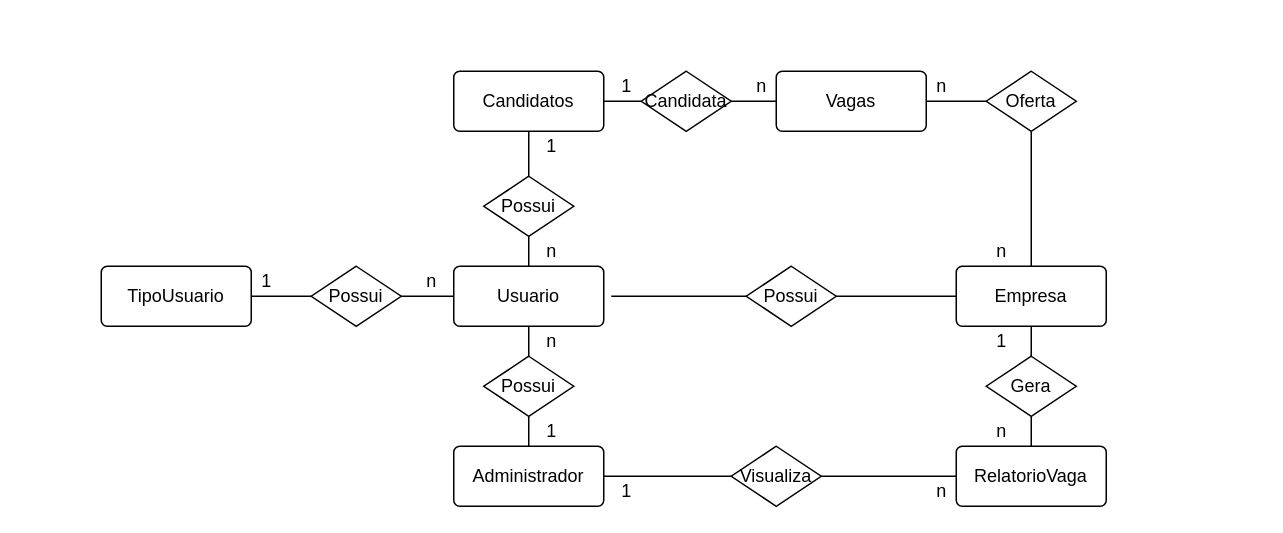
This is page "Page-1" (1 of 2) of ModelosEntidadeRelacionamento/ModeloEntidade.drawio from renansalvino/GoVagas, a draw.io file, before an edit. Source tidied: cells renumbered, new cells numbered last; positions are measured from the earlier drawing's top-left corner, leaving out a move shared by most shapes. Both pictures are drawn from the tidied source at 150%, with x=0, y=0 at pixel (100, 70).
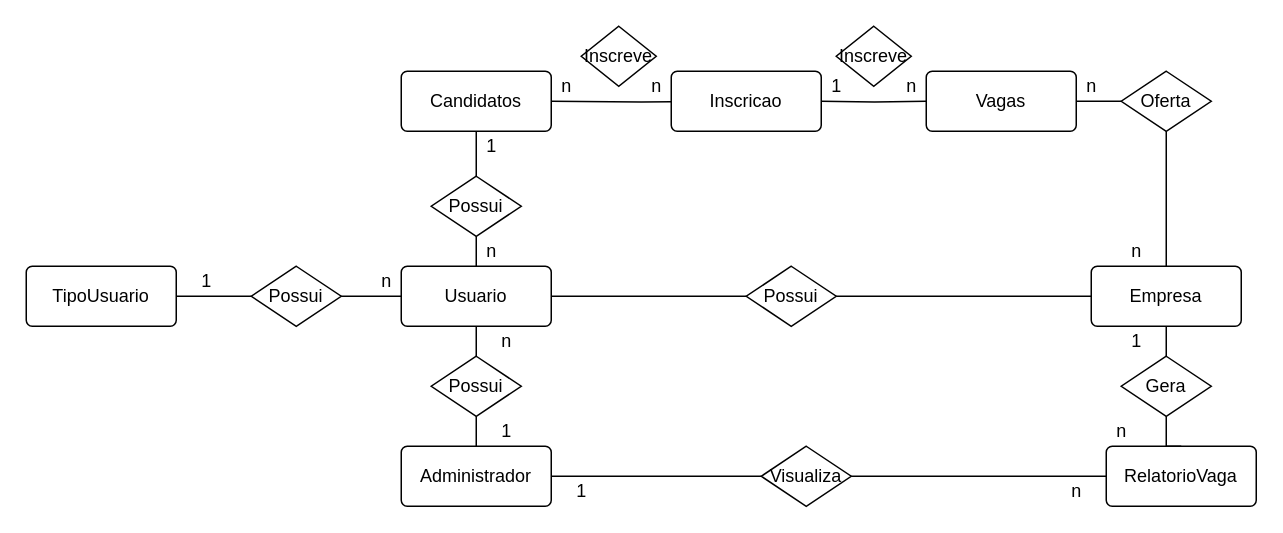
After the change.

Unchanged cells that the change refers to:
```xml
<mxCell id="7" value="Possui" style="shape=rhombus;perimeter=rhombusPerimeter;whiteSpace=wrap;html=1;align=center;" parent="1" vertex="1">
  <mxGeometry x="430" y="130" width="60" height="40" as="geometry" />
</mxCell>
```

Change to the diagram source:
```diff
@@
     <mxCell id="2" value="Usuario" style="rounded=1;arcSize=10;whiteSpace=wrap;html=1;align=center;" parent="1" vertex="1">
-      <mxGeometry x="235" y="130" width="100" height="40" as="geometry" />
+      <mxGeometry x="200" y="130" width="100" height="40" as="geometry" />
     </mxCell>
     <mxCell id="3" value="Candidatos" style="rounded=1;arcSize=10;whiteSpace=wrap;html=1;align=center;" parent="1" vertex="1">
-      <mxGeometry x="235" width="100" height="40" as="geometry" />
+      <mxGeometry x="200" width="100" height="40" as="geometry" />
     </mxCell>
@@
     <mxCell id="5" value="Empresa" style="rounded=1;arcSize=10;whiteSpace=wrap;html=1;align=center;" parent="1" vertex="1">
-      <mxGeometry x="570" y="130" width="100" height="40" as="geometry" />
+      <mxGeometry x="660" y="130" width="100" height="40" as="geometry" />
     </mxCell>
-    <mxCell id="6" style="edgeStyle=orthogonalEdgeStyle;rounded=0;jettySize=auto;html=1;endArrow=none;endFill=0;" parent="1" edge="1" source="7">
-      <mxGeometry relative="1" as="geometry">
-        <mxPoint x="340" y="150" as="targetPoint" />
-      </mxGeometry>
+    <mxCell id="6" style="edgeStyle=orthogonalEdgeStyle;rounded=0;jettySize=auto;html=1;endArrow=none;endFill=0;entryX=1;entryY=0.5;entryDx=0;entryDy=0;" parent="1" edge="1" source="7" target="2">
+      <mxGeometry relative="1" as="geometry" />
     </mxCell>
@@
     <mxCell id="8" value="TipoUsuario" style="rounded=1;arcSize=10;whiteSpace=wrap;html=1;align=center;" parent="1" vertex="1">
-      <mxGeometry y="130" width="100" height="40" as="geometry" />
+      <mxGeometry x="-50" y="130" width="100" height="40" as="geometry" />
     </mxCell>
@@
     <mxCell id="11" value="Possui" style="shape=rhombus;perimeter=rhombusPerimeter;whiteSpace=wrap;html=1;align=center;" parent="1" vertex="1">
-      <mxGeometry x="140" y="130" width="60" height="40" as="geometry" />
+      <mxGeometry x="100" y="130" width="60" height="40" as="geometry" />
     </mxCell>
@@
     <mxCell id="14" value="Oferta" style="shape=rhombus;perimeter=rhombusPerimeter;whiteSpace=wrap;html=1;align=center;" parent="1" vertex="1">
-      <mxGeometry x="590" width="60" height="40" as="geometry" />
+      <mxGeometry x="680" width="60" height="40" as="geometry" />
     </mxCell>
     <mxCell id="15" value="Vagas" style="rounded=1;arcSize=10;whiteSpace=wrap;html=1;align=center;" parent="1" vertex="1">
-      <mxGeometry x="450" width="100" height="40" as="geometry" />
+      <mxGeometry x="550" width="100" height="40" as="geometry" />
     </mxCell>
@@
     <mxCell id="18" value="Possui" style="shape=rhombus;perimeter=rhombusPerimeter;whiteSpace=wrap;html=1;align=center;" parent="1" vertex="1">
-      <mxGeometry x="255" y="70" width="60" height="40" as="geometry" />
+      <mxGeometry x="220" y="70" width="60" height="40" as="geometry" />
     </mxCell>
-    <mxCell id="19" style="edgeStyle=orthogonalEdgeStyle;rounded=0;jettySize=auto;html=1;entryX=1;entryY=0.5;entryDx=0;entryDy=0;endArrow=none;endFill=0;" parent="1" edge="1" source="21" target="3">
-      <mxGeometry relative="1" as="geometry" />
+    <mxCell id="19" style="edgeStyle=orthogonalEdgeStyle;rounded=0;jettySize=auto;html=1;entryX=1;entryY=0.5;entryDx=0;entryDy=0;endArrow=none;endFill=0;" parent="1" edge="1" target="3">
+      <mxGeometry relative="1" as="geometry">
+        <mxPoint x="420" y="20" as="sourcePoint" />
+      </mxGeometry>
     </mxCell>
-    <mxCell id="20" style="edgeStyle=orthogonalEdgeStyle;rounded=0;jettySize=auto;html=1;entryX=0;entryY=0.5;entryDx=0;entryDy=0;endArrow=none;endFill=0;" parent="1" edge="1" source="21" target="15">
-      <mxGeometry relative="1" as="geometry" />
+    <mxCell id="20" style="edgeStyle=orthogonalEdgeStyle;rounded=0;jettySize=auto;html=1;entryX=0;entryY=0.5;entryDx=0;entryDy=0;endArrow=none;endFill=0;" parent="1" edge="1" target="15">
+      <mxGeometry relative="1" as="geometry">
+        <mxPoint x="480" y="20" as="sourcePoint" />
+      </mxGeometry>
     </mxCell>
-    <mxCell id="21" value="Candidata" style="shape=rhombus;perimeter=rhombusPerimeter;whiteSpace=wrap;html=1;align=center;" parent="1" vertex="1">
-      <mxGeometry x="360" width="60" height="40" as="geometry" />
-    </mxCell>
     <mxCell id="22" value="Administrador" style="rounded=1;arcSize=10;whiteSpace=wrap;html=1;align=center;" parent="1" vertex="1">
-      <mxGeometry x="235" y="250" width="100" height="40" as="geometry" />
+      <mxGeometry x="200" y="250" width="100" height="40" as="geometry" />
     </mxCell>
@@
     <mxCell id="25" value="Possui" style="shape=rhombus;perimeter=rhombusPerimeter;whiteSpace=wrap;html=1;align=center;" parent="1" vertex="1">
-      <mxGeometry x="255" y="190" width="60" height="40" as="geometry" />
+      <mxGeometry x="220" y="190" width="60" height="40" as="geometry" />
     </mxCell>
     <mxCell id="26" value="RelatorioVaga" style="rounded=1;arcSize=10;whiteSpace=wrap;html=1;align=center;" parent="1" vertex="1">
-      <mxGeometry x="570" y="250" width="100" height="40" as="geometry" />
+      <mxGeometry x="670" y="250" width="100" height="40" as="geometry" />
     </mxCell>
@@
     <mxCell id="29" value="Gera" style="shape=rhombus;perimeter=rhombusPerimeter;whiteSpace=wrap;html=1;align=center;" parent="1" vertex="1">
-      <mxGeometry x="590" y="190" width="60" height="40" as="geometry" />
+      <mxGeometry x="680" y="190" width="60" height="40" as="geometry" />
     </mxCell>
@@
     <mxCell id="32" value="Visualiza" style="shape=rhombus;perimeter=rhombusPerimeter;whiteSpace=wrap;html=1;align=center;" parent="1" vertex="1">
-      <mxGeometry x="420" y="250" width="60" height="40" as="geometry" />
+      <mxGeometry x="440" y="250" width="60" height="40" as="geometry" />
     </mxCell>
     <mxCell id="33" value="1" style="text;html=1;align=center;verticalAlign=middle;" parent="1" vertex="1">
-      <mxGeometry x="100" y="130" width="20" height="20" as="geometry" />
+      <mxGeometry x="60" y="130" width="20" height="20" as="geometry" />
     </mxCell>
     <mxCell id="34" value="n" style="text;html=1;align=center;verticalAlign=middle;" parent="1" vertex="1">
-      <mxGeometry x="210" y="130" width="20" height="20" as="geometry" />
+      <mxGeometry x="180" y="130" width="20" height="20" as="geometry" />
     </mxCell>
     <mxCell id="35" value="n" style="text;html=1;align=center;verticalAlign=middle;" parent="1" vertex="1">
-      <mxGeometry x="290" y="110" width="20" height="20" as="geometry" />
+      <mxGeometry x="250" y="110" width="20" height="20" as="geometry" />
     </mxCell>
     <mxCell id="36" value="1" style="text;html=1;align=center;verticalAlign=middle;" parent="1" vertex="1">
-      <mxGeometry x="290" y="40" width="20" height="20" as="geometry" />
+      <mxGeometry x="250" y="40" width="20" height="20" as="geometry" />
     </mxCell>
-    <mxCell id="37" value="1" style="text;html=1;align=center;verticalAlign=middle;" parent="1" vertex="1">
-      <mxGeometry x="340" width="20" height="20" as="geometry" />
+    <mxCell id="37" value="n" style="text;html=1;align=center;verticalAlign=middle;" parent="1" vertex="1">
+      <mxGeometry x="300" width="20" height="20" as="geometry" />
     </mxCell>
     <mxCell id="38" value="n" style="text;html=1;align=center;verticalAlign=middle;" parent="1" vertex="1">
-      <mxGeometry x="430" width="20" height="20" as="geometry" />
+      <mxGeometry x="530" width="20" height="20" as="geometry" />
     </mxCell>
     <mxCell id="39" value="n" style="text;html=1;align=center;verticalAlign=middle;" parent="1" vertex="1">
-      <mxGeometry x="550" width="20" height="20" as="geometry" />
+      <mxGeometry x="650" width="20" height="20" as="geometry" />
     </mxCell>
     <mxCell id="40" value="n" style="text;html=1;align=center;verticalAlign=middle;" parent="1" vertex="1">
-      <mxGeometry x="590" y="110" width="20" height="20" as="geometry" />
+      <mxGeometry x="680" y="110" width="20" height="20" as="geometry" />
     </mxCell>
     <mxCell id="41" value="n" style="text;html=1;align=center;verticalAlign=middle;" parent="1" vertex="1">
-      <mxGeometry x="290" y="170" width="20" height="20" as="geometry" />
+      <mxGeometry x="260" y="170" width="20" height="20" as="geometry" />
     </mxCell>
     <mxCell id="42" value="1" style="text;html=1;align=center;verticalAlign=middle;" parent="1" vertex="1">
-      <mxGeometry x="290" y="230" width="20" height="20" as="geometry" />
+      <mxGeometry x="260" y="230" width="20" height="20" as="geometry" />
     </mxCell>
     <mxCell id="43" value="1" style="text;html=1;align=center;verticalAlign=middle;" parent="1" vertex="1">
-      <mxGeometry x="340" y="270" width="20" height="20" as="geometry" />
+      <mxGeometry x="310" y="270" width="20" height="20" as="geometry" />
     </mxCell>
     <mxCell id="44" value="n" style="text;html=1;align=center;verticalAlign=middle;" parent="1" vertex="1">
-      <mxGeometry x="550" y="270" width="20" height="20" as="geometry" />
+      <mxGeometry x="640" y="270" width="20" height="20" as="geometry" />
     </mxCell>
     <mxCell id="45" value="1" style="text;html=1;align=center;verticalAlign=middle;" parent="1" vertex="1">
-      <mxGeometry x="590" y="170" width="20" height="20" as="geometry" />
+      <mxGeometry x="680" y="170" width="20" height="20" as="geometry" />
     </mxCell>
     <mxCell id="46" value="n" style="text;html=1;align=center;verticalAlign=middle;" parent="1" vertex="1">
-      <mxGeometry x="590" y="230" width="20" height="20" as="geometry" />
+      <mxGeometry x="670" y="230" width="20" height="20" as="geometry" />
     </mxCell>
+    <mxCell id="47" value="Inscricao" style="rounded=1;arcSize=10;whiteSpace=wrap;html=1;align=center;" parent="1" vertex="1">
+      <mxGeometry x="380" width="100" height="40" as="geometry" />
+    </mxCell>
+    <mxCell id="48" value="Inscreve" style="shape=rhombus;perimeter=rhombusPerimeter;whiteSpace=wrap;html=1;align=center;" parent="1" vertex="1">
+      <mxGeometry x="320" y="-30" width="50" height="40" as="geometry" />
+    </mxCell>
+    <mxCell id="49" value="Inscreve" style="shape=rhombus;perimeter=rhombusPerimeter;whiteSpace=wrap;html=1;align=center;" parent="1" vertex="1">
+      <mxGeometry x="490" y="-30" width="50" height="40" as="geometry" />
+    </mxCell>
+    <mxCell id="50" value="n" style="text;html=1;align=center;verticalAlign=middle;" parent="1" vertex="1">
+      <mxGeometry x="360" width="20" height="20" as="geometry" />
+    </mxCell>
+    <mxCell id="51" value="1" style="text;html=1;align=center;verticalAlign=middle;" parent="1" vertex="1">
+      <mxGeometry x="480" width="20" height="20" as="geometry" />
+    </mxCell>
```
